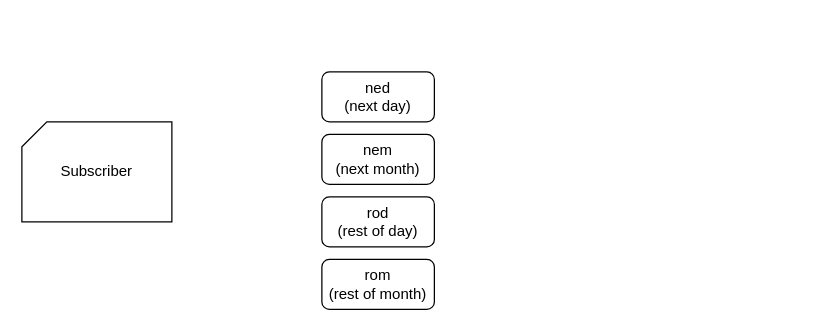
DannyDannyDanny/methodology keeps this draw.io diagram as page "Overview Models" (7 of 10) of diagrams.drawio. Above is the earlier version. Source tidied: cells renumbered, new cells numbered last; positions are measured from the earlier drawing's top-left corner, leaving out a move shared by most shapes. Both pictures are drawn from the tidied source at 125%, with x=0, y=0 at pixel (21, 71).
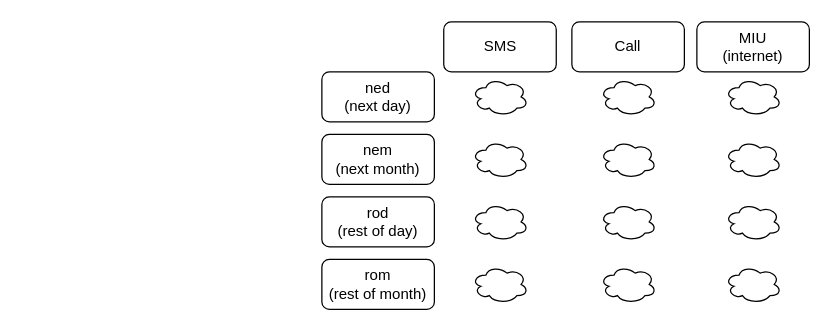
The same page after the edit.

Commit message:
Add models overview

The edit, as a diff of the source:
```diff
@@
-    <mxCell id="2" value="Subscriber" style="shape=card;whiteSpace=wrap;html=1;rotation=0;size=20;" parent="1" vertex="1">
-      <mxGeometry y="40" width="120" height="80" as="geometry" />
-    </mxCell>
@@
+    <mxCell id="7" style="ellipse;shape=cloud;whiteSpace=wrap;html=1;" parent="1" vertex="1">
+      <mxGeometry x="360" y="5" width="45" height="30" as="geometry" />
+    </mxCell>
+    <mxCell id="8" value="SMS" style="rounded=1;whiteSpace=wrap;html=1;" parent="1" vertex="1">
+      <mxGeometry x="337.5" y="-40" width="90" height="40" as="geometry" />
+    </mxCell>
+    <mxCell id="9" value="Call" style="rounded=1;whiteSpace=wrap;html=1;" parent="1" vertex="1">
+      <mxGeometry x="440" y="-40" width="90" height="40" as="geometry" />
+    </mxCell>
+    <mxCell id="10" value="&lt;div&gt;MIU&lt;/div&gt;&lt;div&gt;(internet)&lt;br&gt;&lt;/div&gt;" style="rounded=1;whiteSpace=wrap;html=1;" parent="1" vertex="1">
+      <mxGeometry x="540" y="-40" width="90" height="40" as="geometry" />
+    </mxCell>
+    <mxCell id="11" style="ellipse;shape=cloud;whiteSpace=wrap;html=1;" parent="1" vertex="1">
+      <mxGeometry x="462.5" y="5" width="45" height="30" as="geometry" />
+    </mxCell>
+    <mxCell id="12" style="ellipse;shape=cloud;whiteSpace=wrap;html=1;" parent="1" vertex="1">
+      <mxGeometry x="562.5" y="5" width="45" height="30" as="geometry" />
+    </mxCell>
+    <mxCell id="13" style="ellipse;shape=cloud;whiteSpace=wrap;html=1;" parent="1" vertex="1">
+      <mxGeometry x="562.5" y="55" width="45" height="30" as="geometry" />
+    </mxCell>
+    <mxCell id="14" style="ellipse;shape=cloud;whiteSpace=wrap;html=1;" parent="1" vertex="1">
+      <mxGeometry x="462.5" y="55" width="45" height="30" as="geometry" />
+    </mxCell>
+    <mxCell id="15" style="ellipse;shape=cloud;whiteSpace=wrap;html=1;" parent="1" vertex="1">
+      <mxGeometry x="360" y="55" width="45" height="30" as="geometry" />
+    </mxCell>
+    <mxCell id="16" style="ellipse;shape=cloud;whiteSpace=wrap;html=1;" parent="1" vertex="1">
+      <mxGeometry x="360" y="105" width="45" height="30" as="geometry" />
+    </mxCell>
+    <mxCell id="17" style="ellipse;shape=cloud;whiteSpace=wrap;html=1;" parent="1" vertex="1">
+      <mxGeometry x="462.5" y="105" width="45" height="30" as="geometry" />
+    </mxCell>
+    <mxCell id="18" style="ellipse;shape=cloud;whiteSpace=wrap;html=1;" parent="1" vertex="1">
+      <mxGeometry x="562.5" y="105" width="45" height="30" as="geometry" />
+    </mxCell>
+    <mxCell id="19" style="ellipse;shape=cloud;whiteSpace=wrap;html=1;" parent="1" vertex="1">
+      <mxGeometry x="360" y="155" width="45" height="30" as="geometry" />
+    </mxCell>
+    <mxCell id="20" style="ellipse;shape=cloud;whiteSpace=wrap;html=1;" parent="1" vertex="1">
+      <mxGeometry x="462.5" y="155" width="45" height="30" as="geometry" />
+    </mxCell>
+    <mxCell id="21" style="ellipse;shape=cloud;whiteSpace=wrap;html=1;" parent="1" vertex="1">
+      <mxGeometry x="562.5" y="155" width="45" height="30" as="geometry" />
+    </mxCell>
```
